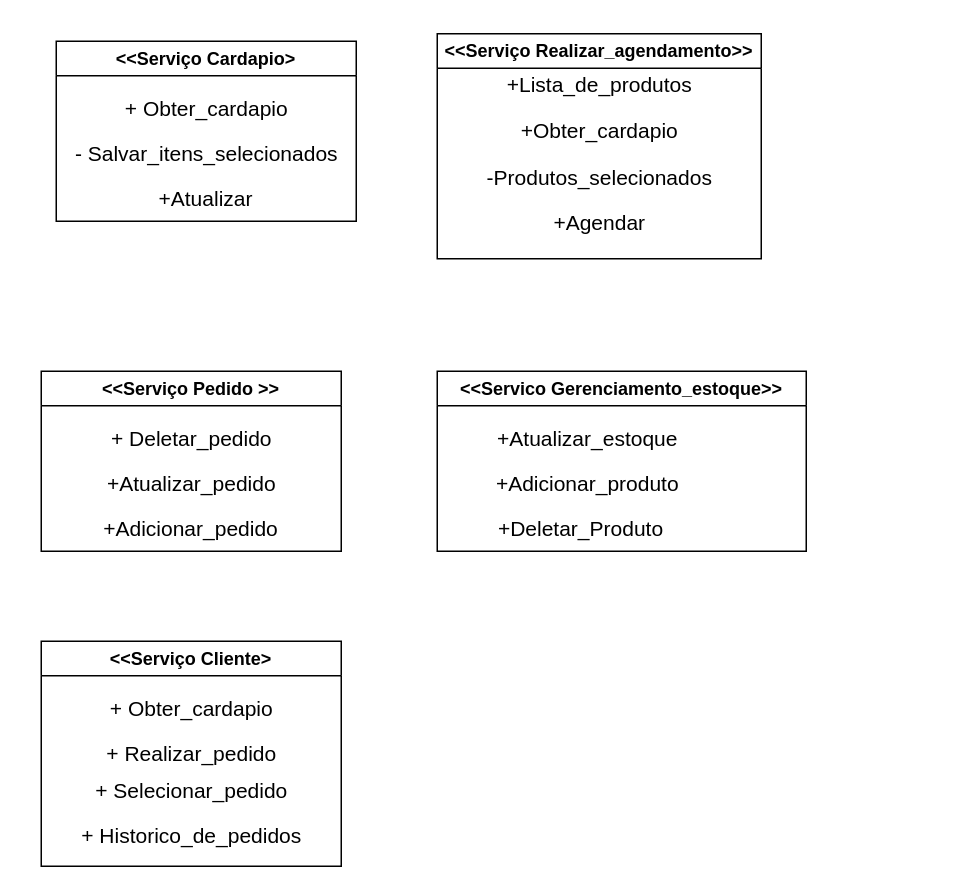
VitorHenriqueOC/Projeto_MacFei keeps this draw.io diagram as Diagramas_do_projeto/Operacoes_candidatas.drawio. Above is the earlier version. Source tidied: cells renumbered, new cells numbered last; positions are measured from the earlier drawing's top-left corner, leaving out a move shared by most shapes. Both pictures are drawn from the tidied source at 150%, with x=0, y=0 at pixel (40, 33).
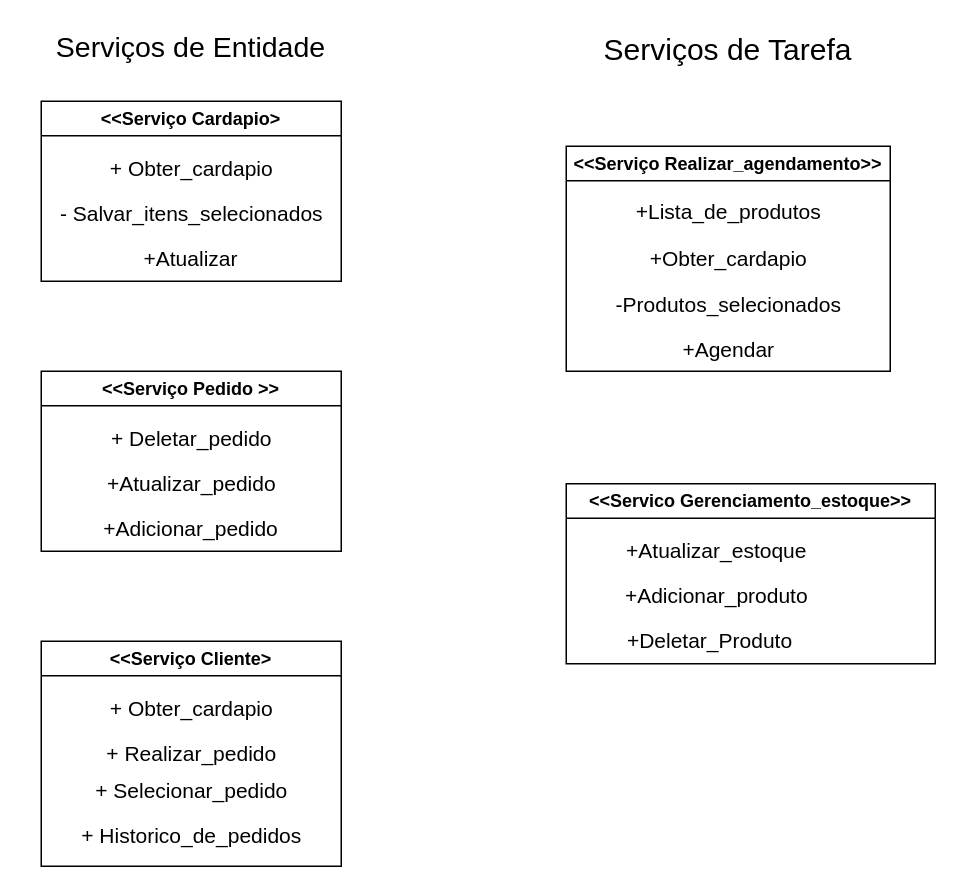
The same page after the edit.

Change to the diagram source:
```diff
@@
     <mxCell id="2" value="&amp;lt;&amp;lt;Serviço Cardapio&amp;gt;" style="swimlane;whiteSpace=wrap;html=1;" parent="1" vertex="1">
-      <mxGeometry x="10" y="5" width="200" height="120" as="geometry" />
+      <mxGeometry y="45" width="200" height="120" as="geometry" />
     </mxCell>
@@
     <mxCell id="6" value="&amp;lt;&amp;lt;Serviço Realizar_agendamento&amp;gt;&amp;gt;" style="swimlane;whiteSpace=wrap;html=1;" parent="1" vertex="1">
-      <mxGeometry x="264" width="216" height="150" as="geometry" />
+      <mxGeometry x="350" y="75" width="216" height="150" as="geometry" />
     </mxCell>
     <mxCell id="7" value="&lt;p style=&quot;font-size: 14px;&quot; class=&quot;MsoNormal&quot;&gt;&lt;font style=&quot;font-size: 14px;&quot;&gt;+Lista_de_produtos&lt;/font&gt;&lt;/p&gt;&lt;p style=&quot;font-size: 14px;&quot; class=&quot;MsoNormal&quot;&gt;&lt;font style=&quot;font-size: 14px;&quot;&gt;+Obter_cardapio&lt;/font&gt;&lt;/p&gt;&lt;p style=&quot;font-size: 14px;&quot; class=&quot;MsoNormal&quot;&gt;&lt;font style=&quot;font-size: 14px;&quot;&gt;-Produtos_selecionados&lt;/font&gt;&lt;/p&gt;&lt;p style=&quot;font-size: 14px;&quot; class=&quot;MsoNormal&quot;&gt;&lt;font style=&quot;font-size: 14px;&quot;&gt;+Agendar&lt;/font&gt;&lt;/p&gt;" style="text;html=1;align=center;verticalAlign=middle;strokeColor=none;fillColor=none;" parent="6" vertex="1">
-      <mxGeometry x="23" y="5" width="170" height="150" as="geometry" />
+      <mxGeometry x="23" y="15" width="170" height="150" as="geometry" />
     </mxCell>
@@
     <mxCell id="12" value="&amp;lt;&amp;lt;Servico Gerenciamento_estoque&amp;gt;&amp;gt;" style="swimlane;whiteSpace=wrap;html=1;" parent="1" vertex="1">
-      <mxGeometry x="264" y="225" width="246" height="120" as="geometry" />
+      <mxGeometry x="350" y="300" width="246" height="120" as="geometry" />
     </mxCell>
@@
+    <mxCell id="21" value="&lt;font style=&quot;font-size: 19px;&quot;&gt;Serviços de Entidade&lt;/font&gt;" style="text;html=1;align=center;verticalAlign=middle;whiteSpace=wrap;rounded=0;" parent="1" vertex="1">
+      <mxGeometry x="-10" y="-5" width="220" height="30" as="geometry" />
+    </mxCell>
+    <mxCell id="22" value="&lt;font style=&quot;font-size: 20px;&quot;&gt;Serviços de Tarefa&lt;/font&gt;" style="text;html=1;align=center;verticalAlign=middle;whiteSpace=wrap;rounded=0;" parent="1" vertex="1">
+      <mxGeometry x="364" y="-5" width="188" height="30" as="geometry" />
+    </mxCell>
```
